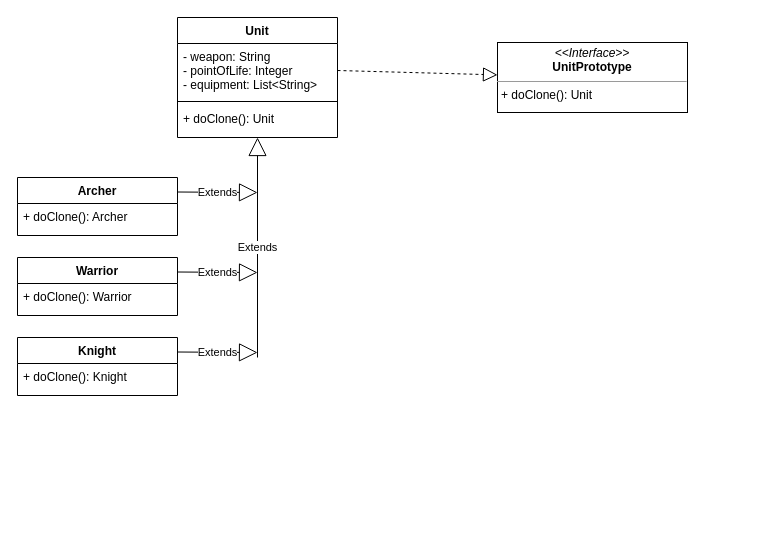
Above: src/creation/prototype/prototype.drawio in SichniyAndriy/Avada_Task-5_Patterns (draw.io), before the change. Source tidied: cells renumbered, new cells numbered last; positions are measured from the earlier drawing's top-left corner, leaving out a move shared by most shapes. Both pictures are drawn from the tidied source at 100%, with x=0, y=0 at pixel (17, 17).
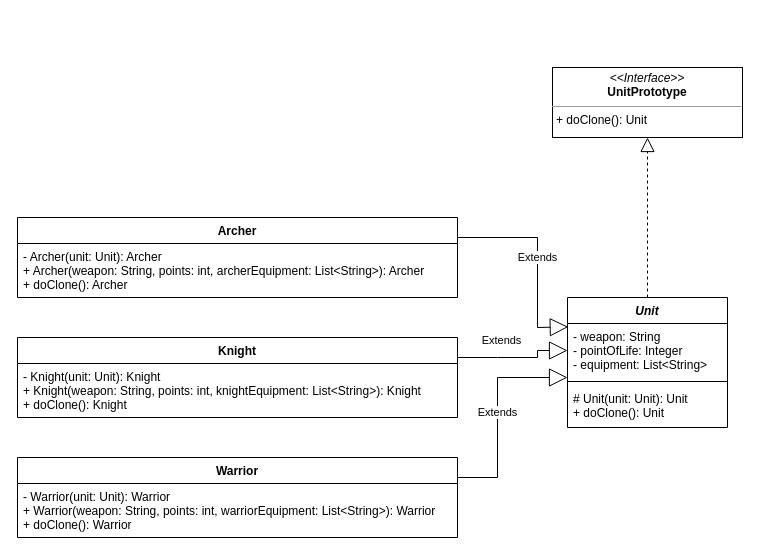
After the change.

Commit message:
fix prototype diagram

Unchanged cells that the change refers to:
```xml
<mxCell id="4" value="- weapon: String&#10;- pointOfLife: Integer&#10;- equipment: List&lt;String&gt;" style="text;strokeColor=none;fillColor=none;align=left;verticalAlign=top;spacingLeft=4;spacingRight=4;overflow=hidden;points=[[0,0.5],[1,0.5]];portConstraint=eastwest;" parent="3" vertex="1">
  <mxGeometry y="26" width="160" height="54" as="geometry" />
</mxCell>
```

Diff of the diagram source:
```diff
@@
     <mxCell id="2" value="&lt;p style=&quot;margin:0px;margin-top:4px;text-align:center;&quot;&gt;&lt;i&gt;&amp;lt;&amp;lt;Interface&amp;gt;&amp;gt;&lt;/i&gt;&lt;br&gt;&lt;b&gt;UnitPrototype&lt;/b&gt;&lt;/p&gt;&lt;hr size=&quot;1&quot;&gt;&lt;p style=&quot;margin:0px;margin-left:4px;&quot;&gt;&lt;span style=&quot;background-color: initial;&quot;&gt;+ doClone(): Unit&lt;/span&gt;&lt;/p&gt;" style="verticalAlign=top;align=left;overflow=fill;fontSize=12;fontFamily=Helvetica;html=1;" parent="1" vertex="1">
-      <mxGeometry x="480" y="25" width="190" height="70" as="geometry" />
+      <mxGeometry x="535" y="50" width="190" height="70" as="geometry" />
     </mxCell>
-    <mxCell id="3" value="Unit" style="swimlane;fontStyle=1;align=center;verticalAlign=top;horizontal=1;startSize=26;" parent="1" vertex="1">
-      <mxGeometry x="160" width="160" height="120" as="geometry" />
+    <mxCell id="3" value="Unit" style="swimlane;fontStyle=3;align=center;verticalAlign=top;horizontal=1;startSize=26;" parent="1" vertex="1">
+      <mxGeometry x="550" y="280" width="160" height="130" as="geometry" />
     </mxCell>
@@
-    <mxCell id="6" value="+ doClone(): Unit" style="text;strokeColor=none;fillColor=none;align=left;verticalAlign=top;spacingLeft=4;spacingRight=4;overflow=hidden;points=[[0,0.5],[1,0.5]];portConstraint=eastwest;" parent="3" vertex="1">
-      <mxGeometry y="88" width="160" height="32" as="geometry" />
+    <mxCell id="6" value="# Unit(unit: Unit): Unit&#10;+ doClone(): Unit" style="text;strokeColor=none;fillColor=none;align=left;verticalAlign=top;spacingLeft=4;spacingRight=4;overflow=hidden;points=[[0,0.5],[1,0.5]];portConstraint=eastwest;" parent="3" vertex="1">
+      <mxGeometry y="88" width="160" height="42" as="geometry" />
     </mxCell>
     <mxCell id="7" value="Archer" style="swimlane;fontStyle=1;align=center;verticalAlign=top;horizontal=1;startSize=26;" parent="1" vertex="1">
-      <mxGeometry y="160" width="160" height="58" as="geometry" />
+      <mxGeometry y="200" width="440" height="80" as="geometry" />
     </mxCell>
-    <mxCell id="8" value="+ doClone(): Archer" style="text;strokeColor=none;fillColor=none;align=left;verticalAlign=top;spacingLeft=4;spacingRight=4;overflow=hidden;" parent="7" vertex="1">
-      <mxGeometry y="26" width="160" height="32" as="geometry" />
+    <mxCell id="8" value="- Archer(unit: Unit): Archer&#10;+ Archer(weapon: String, points: int, archerEquipment: List&lt;String&gt;): Archer&#10;+ doClone(): Archer" style="text;strokeColor=none;fillColor=none;align=left;verticalAlign=top;spacingLeft=4;spacingRight=4;overflow=hidden;" parent="7" vertex="1">
+      <mxGeometry y="26" width="440" height="54" as="geometry" />
     </mxCell>
+    <mxCell id="13" style="endArrow=block;dashed=1;endFill=0;endSize=12;html=1;rounded=0;exitX=0.5;exitY=0;exitDx=0;exitDy=0;" parent="1" edge="1" source="3" target="2">
+      <mxGeometry relative="1" as="geometry" />
+    </mxCell>
+    <mxCell id="17" value="Knight" style="swimlane;fontStyle=1;align=center;verticalAlign=top;horizontal=1;startSize=26;" parent="1" vertex="1">
+      <mxGeometry y="320" width="440" height="80" as="geometry" />
+    </mxCell>
+    <mxCell id="18" value="- Knight(unit: Unit): Knight&#10;+ Knight(weapon: String, points: int, knightEquipment: List&lt;String&gt;): Knight&#10;+ doClone(): Knight" style="text;strokeColor=none;fillColor=none;align=left;verticalAlign=top;spacingLeft=4;spacingRight=4;overflow=hidden;" parent="17" vertex="1">
+      <mxGeometry y="26" width="440" height="54" as="geometry" />
+    </mxCell>
     <mxCell id="9" value="Warrior" style="swimlane;fontStyle=1;align=center;verticalAlign=top;horizontal=1;startSize=26;" parent="1" vertex="1">
-      <mxGeometry y="240" width="160" height="58" as="geometry" />
+      <mxGeometry y="440" width="440" height="80" as="geometry" />
     </mxCell>
-    <mxCell id="10" value="+ doClone(): Warrior" style="text;strokeColor=none;fillColor=none;align=left;verticalAlign=top;spacingLeft=4;spacingRight=4;overflow=hidden;" parent="9" vertex="1">
-      <mxGeometry y="26" width="160" height="32" as="geometry" />
-    </mxCell>
-    <mxCell id="11" value="Knight" style="swimlane;fontStyle=1;align=center;verticalAlign=top;horizontal=1;startSize=26;" parent="1" vertex="1">
-      <mxGeometry y="320" width="160" height="58" as="geometry" />
-    </mxCell>
-    <mxCell id="12" value="+ doClone(): Knight" style="text;strokeColor=none;fillColor=none;align=left;verticalAlign=top;spacingLeft=4;spacingRight=4;overflow=hidden;" parent="11" vertex="1">
-      <mxGeometry y="26" width="160" height="32" as="geometry" />
-    </mxCell>
-    <mxCell id="13" style="endArrow=block;dashed=1;endFill=0;endSize=12;html=1;rounded=0;" parent="1" edge="1" target="2">
-      <mxGeometry relative="1" as="geometry">
-        <mxPoint x="320" y="53" as="sourcePoint" />
-      </mxGeometry>
-    </mxCell>
-    <mxCell id="14" value="Extends" style="endArrow=block;endSize=16;endFill=0;html=1;rounded=0;entryX=0.5;entryY=1;entryDx=0;entryDy=0;entryPerimeter=0;" parent="1" edge="1" target="6">
-      <mxGeometry relative="1" as="geometry">
-        <mxPoint x="240" y="340" as="sourcePoint" />
-      </mxGeometry>
-    </mxCell>
-    <mxCell id="15" value="Extends" style="endArrow=block;endSize=16;endFill=0;html=1;rounded=0;exitX=1;exitY=0.25;exitDx=0;exitDy=0;" parent="1" edge="1" source="7">
-      <mxGeometry relative="1" as="geometry">
-        <mxPoint x="240" y="175" as="targetPoint" />
-      </mxGeometry>
-    </mxCell>
-    <mxCell id="16" value="Extends" style="endArrow=block;endSize=16;endFill=0;html=1;rounded=0;exitX=1;exitY=0.25;exitDx=0;exitDy=0;" parent="1" edge="1" source="9">
-      <mxGeometry relative="1" as="geometry">
-        <mxPoint x="240" y="255" as="targetPoint" />
-      </mxGeometry>
-    </mxCell>
-    <mxCell id="17" value="Extends" style="endArrow=block;endSize=16;endFill=0;html=1;rounded=0;exitX=1;exitY=0.25;exitDx=0;exitDy=0;" parent="1" edge="1" source="11">
-      <mxGeometry relative="1" as="geometry">
-        <mxPoint x="240" y="335" as="targetPoint" />
-      </mxGeometry>
-    </mxCell>
+    <mxCell id="19" value="- Warrior(unit: Unit): Warrior&#10;+ Warrior(weapon: String, points: int, warriorEquipment: List&lt;String&gt;): Warrior&#10;+ doClone(): Warrior" style="text;strokeColor=none;fillColor=none;align=left;verticalAlign=top;spacingLeft=4;spacingRight=4;overflow=hidden;" parent="9" vertex="1">
+      <mxGeometry y="26" width="440" height="54" as="geometry" />
+    </mxCell>
+    <mxCell id="20" value="Extends" style="endArrow=block;endSize=16;endFill=0;html=1;rounded=0;exitX=1;exitY=0.25;exitDx=0;exitDy=0;entryX=0.005;entryY=0.063;entryDx=0;entryDy=0;entryPerimeter=0;" parent="1" edge="1" source="7" target="4">
+      <mxGeometry relative="1" as="geometry">
+        <Array as="points">
+          <mxPoint x="520" y="220" />
+          <mxPoint x="520" y="310" />
+        </Array>
+      </mxGeometry>
+    </mxCell>
+    <mxCell id="21" value="Extends" style="endArrow=block;endSize=16;endFill=0;html=1;rounded=0;exitX=1;exitY=0.25;exitDx=0;exitDy=0;entryX=0;entryY=0.5;entryDx=0;entryDy=0;" parent="1" edge="1" source="17" target="4">
+      <mxGeometry x="-0.25" y="17" relative="1" as="geometry">
+        <Array as="points">
+          <mxPoint x="480" y="340" />
+          <mxPoint x="520" y="340" />
+          <mxPoint x="520" y="333" />
+        </Array>
+      </mxGeometry>
+    </mxCell>
+    <mxCell id="22" value="Extends" style="endArrow=block;endSize=16;endFill=0;html=1;rounded=0;exitX=1;exitY=0.25;exitDx=0;exitDy=0;entryX=0;entryY=1;entryDx=0;entryDy=0;entryPerimeter=0;" parent="1" edge="1" source="9" target="4">
+      <mxGeometry relative="1" as="geometry">
+        <Array as="points">
+          <mxPoint x="480" y="460" />
+          <mxPoint x="480" y="360" />
+        </Array>
+      </mxGeometry>
+    </mxCell>
```
